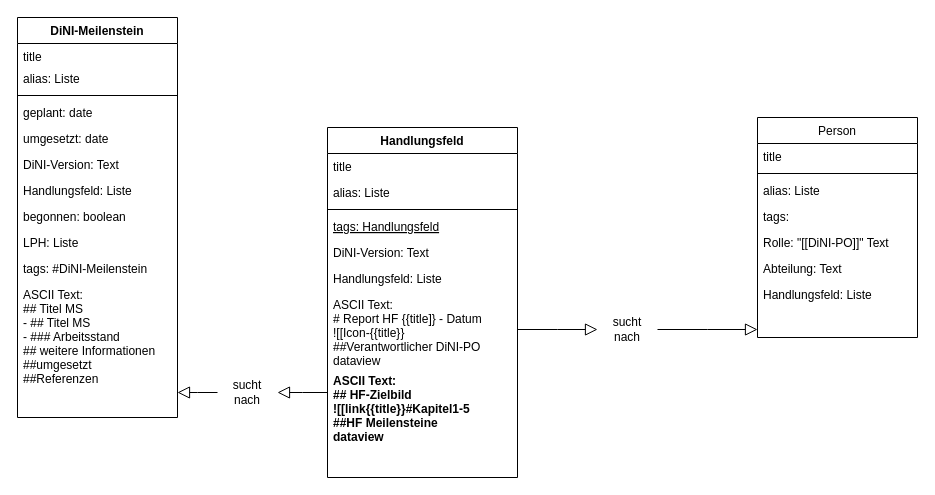
This is ObsiMilestones.drawio from Airowdan/Airowdan, a draw.io file, before an edit. Source tidied: cells renumbered, new cells numbered last; positions are measured from the earlier drawing's top-left corner, leaving out a move shared by most shapes. Both pictures are drawn from the tidied source at 100%, with x=0, y=0 at pixel (17, 17).
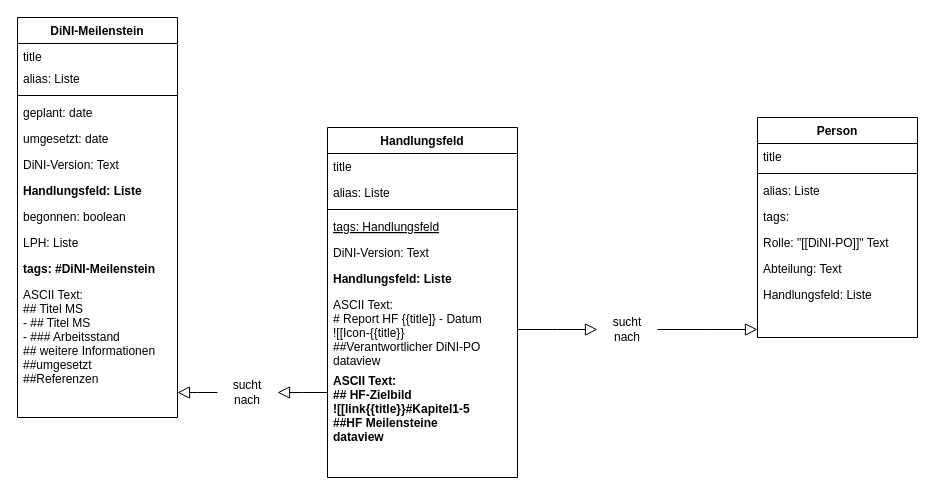
After the change.

The change refers to these unchanged cells:
```xml
<mxCell id="2" value="DiNI-Meilenstein" style="swimlane;fontStyle=1;align=center;verticalAlign=top;horizontal=1;startSize=26;rounded=0;shadow=0;strokeWidth=1;" parent="1" vertex="1">
  <mxGeometry width="160" height="400" as="geometry" />
</mxCell>
<mxCell id="14" value="Handlungsfeld" style="swimlane;fontStyle=1;align=center;verticalAlign=top;horizontal=1;startSize=26;rounded=0;shadow=0;strokeWidth=1;" parent="1" vertex="1">
  <mxGeometry x="310" y="110" width="190" height="350" as="geometry" />
</mxCell>
```

Change to the diagram source:
```diff
@@
-    <mxCell id="9" value="Handlungsfeld: Liste" style="text;align=left;verticalAlign=top;spacingLeft=4;spacingRight=4;overflow=hidden;" parent="2" vertex="1">
+    <mxCell id="9" value="Handlungsfeld: Liste" style="text;align=left;verticalAlign=top;spacingLeft=4;spacingRight=4;overflow=hidden;fontStyle=1;" parent="2" vertex="1">
       <mxGeometry y="160" width="160" height="26" as="geometry" />
     </mxCell>
@@
-    <mxCell id="12" value="tags: #DiNI-Meilenstein" style="text;align=left;verticalAlign=top;spacingLeft=4;spacingRight=4;overflow=hidden;" parent="2" vertex="1">
+    <mxCell id="12" value="tags: #DiNI-Meilenstein" style="text;align=left;verticalAlign=top;spacingLeft=4;spacingRight=4;overflow=hidden;fontStyle=1;" parent="2" vertex="1">
       <mxGeometry y="238" width="160" height="26" as="geometry" />
     </mxCell>
@@
-    <mxCell id="20" value="Handlungsfeld: Liste" style="text;align=left;verticalAlign=top;spacingLeft=4;spacingRight=4;overflow=hidden;points=[[0,0.5],[1,0.5]];portConstraint=eastwest;" parent="14" vertex="1">
+    <mxCell id="20" value="Handlungsfeld: Liste" style="text;align=left;verticalAlign=top;spacingLeft=4;spacingRight=4;overflow=hidden;points=[[0,0.5],[1,0.5]];portConstraint=eastwest;fontStyle=1;" parent="14" vertex="1">
       <mxGeometry y="138" width="190" height="26" as="geometry" />
     </mxCell>
@@
-    <mxCell id="25" value="Person&#10;" style="swimlane;fontStyle=0;align=center;verticalAlign=top;horizontal=1;startSize=26;rounded=0;shadow=0;strokeWidth=1;" parent="1" vertex="1">
+    <mxCell id="25" value="Person&#10;" style="swimlane;fontStyle=1;align=center;verticalAlign=top;horizontal=1;startSize=26;rounded=0;shadow=0;strokeWidth=1;" parent="1" vertex="1">
       <mxGeometry x="740" y="100" width="160" height="220" as="geometry" />
     </mxCell>
```
